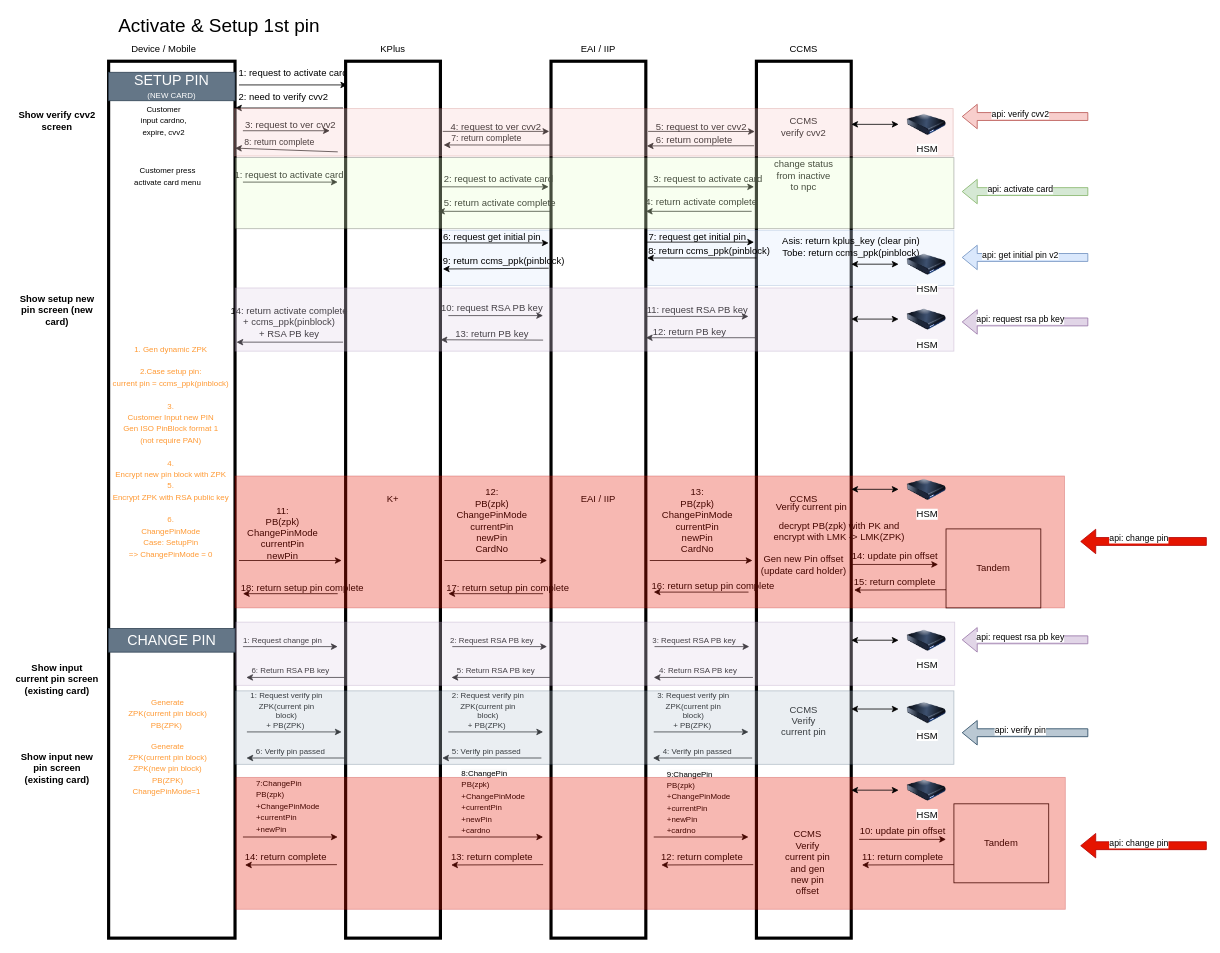
Earlier version of the draw.io diagram page "KPlus_ChangePin" (2 of 2) of CCMS_Project.drawio (chawaratr/drawio). Source tidied: cells renumbered, new cells numbered last; positions are measured from the earlier drawing's top-left corner, leaving out a move shared by most shapes. Both pictures are drawn from the tidied source at 79%, with x=0, y=0 at pixel (13, 13).
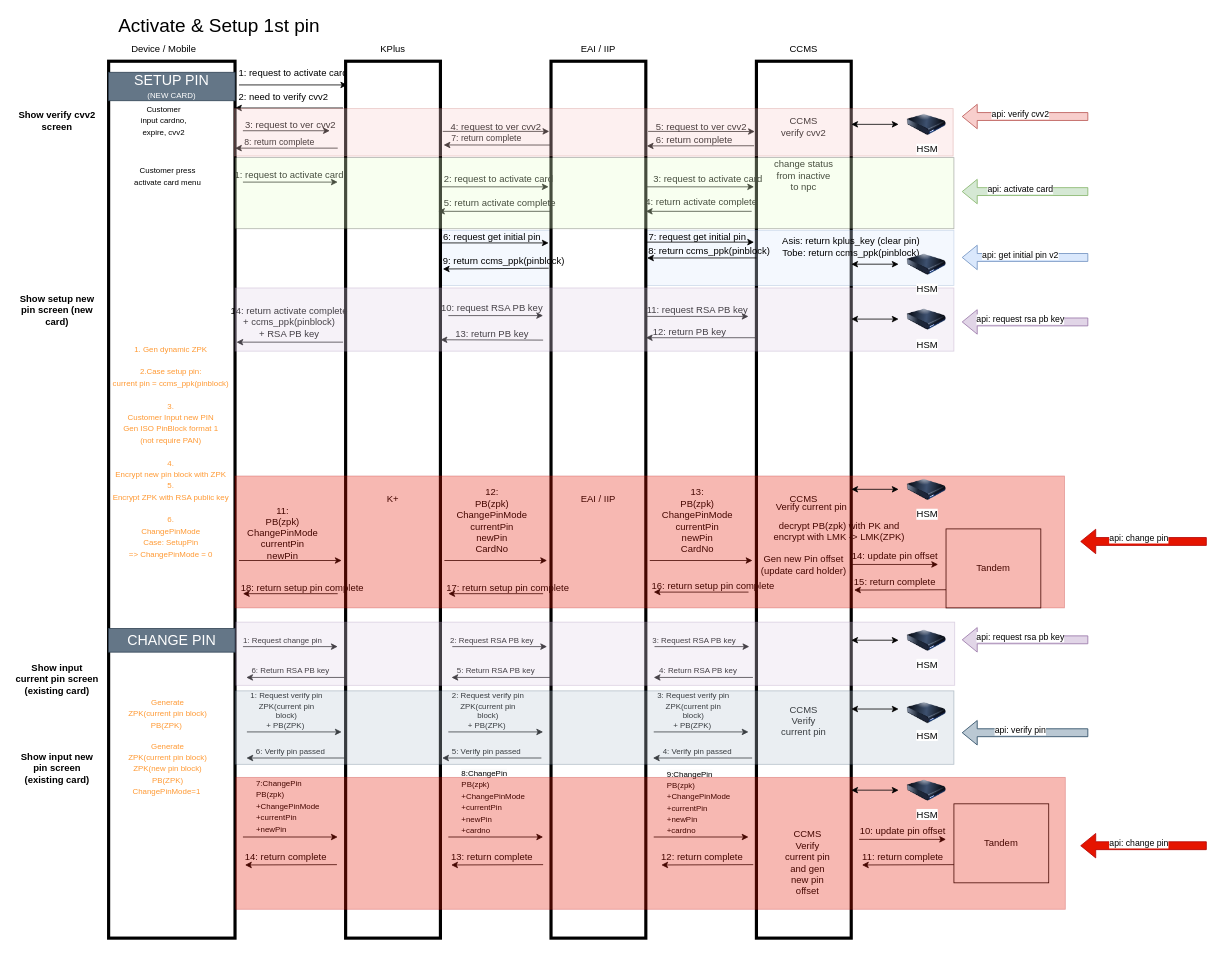
The same diagram, later.

The change refers to these unchanged cells:
```xml
<mxCell id="151" style="rounded=0;whiteSpace=wrap;html=1;fillColor=#f8cecc;strokeColor=#b85450;opacity=30;" parent="1" vertex="1">
  <mxGeometry x="279" y="120" width="910" height="60" as="geometry" />
</mxCell>
```

The edit, as a diff of the source:
```diff
@@
-    <mxCell id="76" style="endArrow=classic;html=1;rounded=0;exitX=0.144;exitY=0.912;exitDx=0;exitDy=0;exitPerimeter=0;" parent="1" edge="1" source="151">
+    <mxCell id="76" style="endArrow=classic;html=1;rounded=0;" parent="1" edge="1">
       <mxGeometry relative="1" as="geometry">
+        <mxPoint x="410" y="170" as="sourcePoint" />
         <mxPoint x="280" y="170" as="targetPoint" />
       </mxGeometry>
     </mxCell>
```
